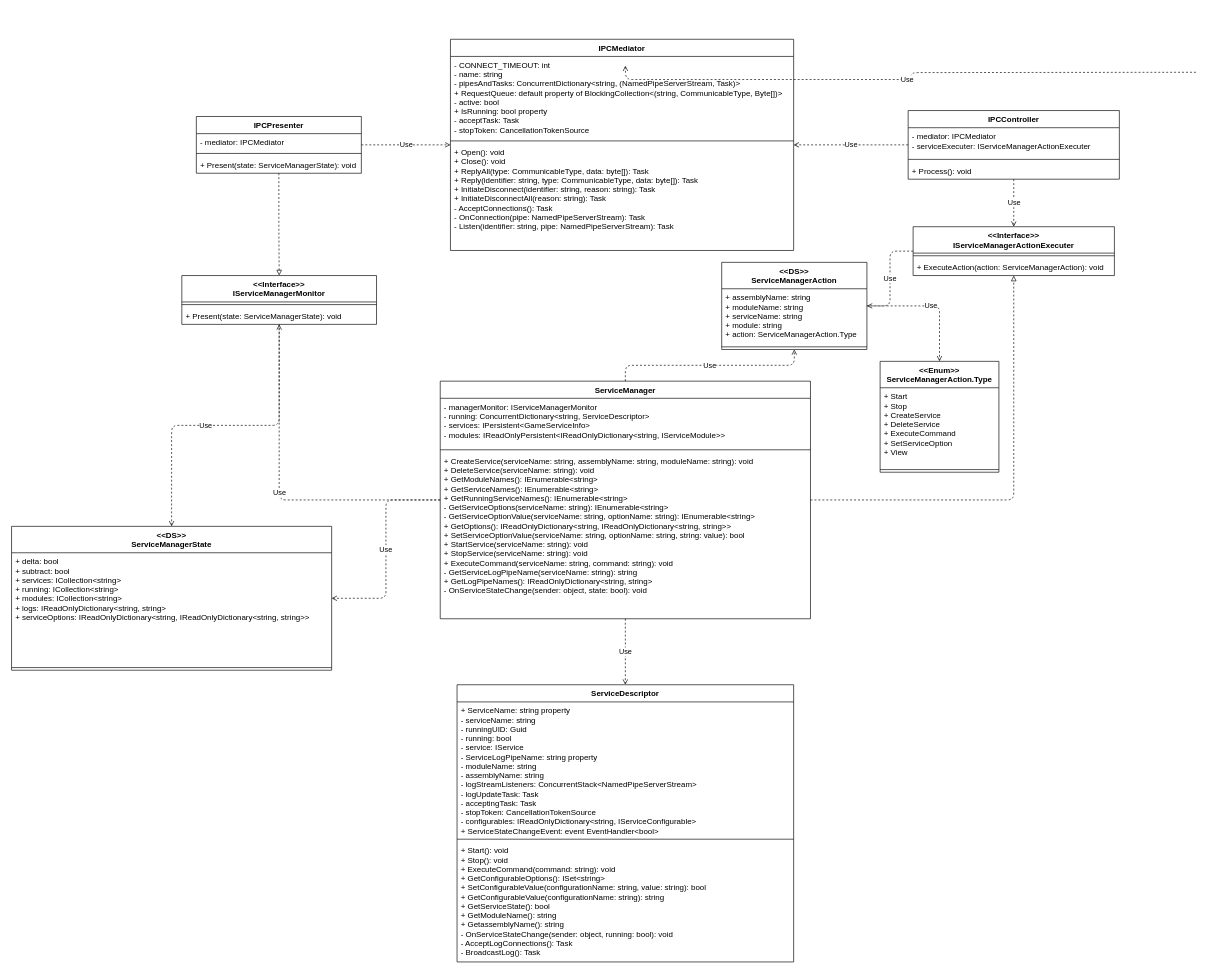
RealYHD/gameservicewarden keeps this draw.io diagram as page "Structure" (1 of 2) of src/GameServiceWarden.Core/UMLSketch.drawio. Above is the earlier version. Source tidied: cells renumbered, new cells numbered last; positions are measured from the earlier drawing's top-left corner, leaving out a move shared by most shapes. Both pictures are drawn from the tidied source at 66%, with x=0, y=0 at pixel (11, 10).
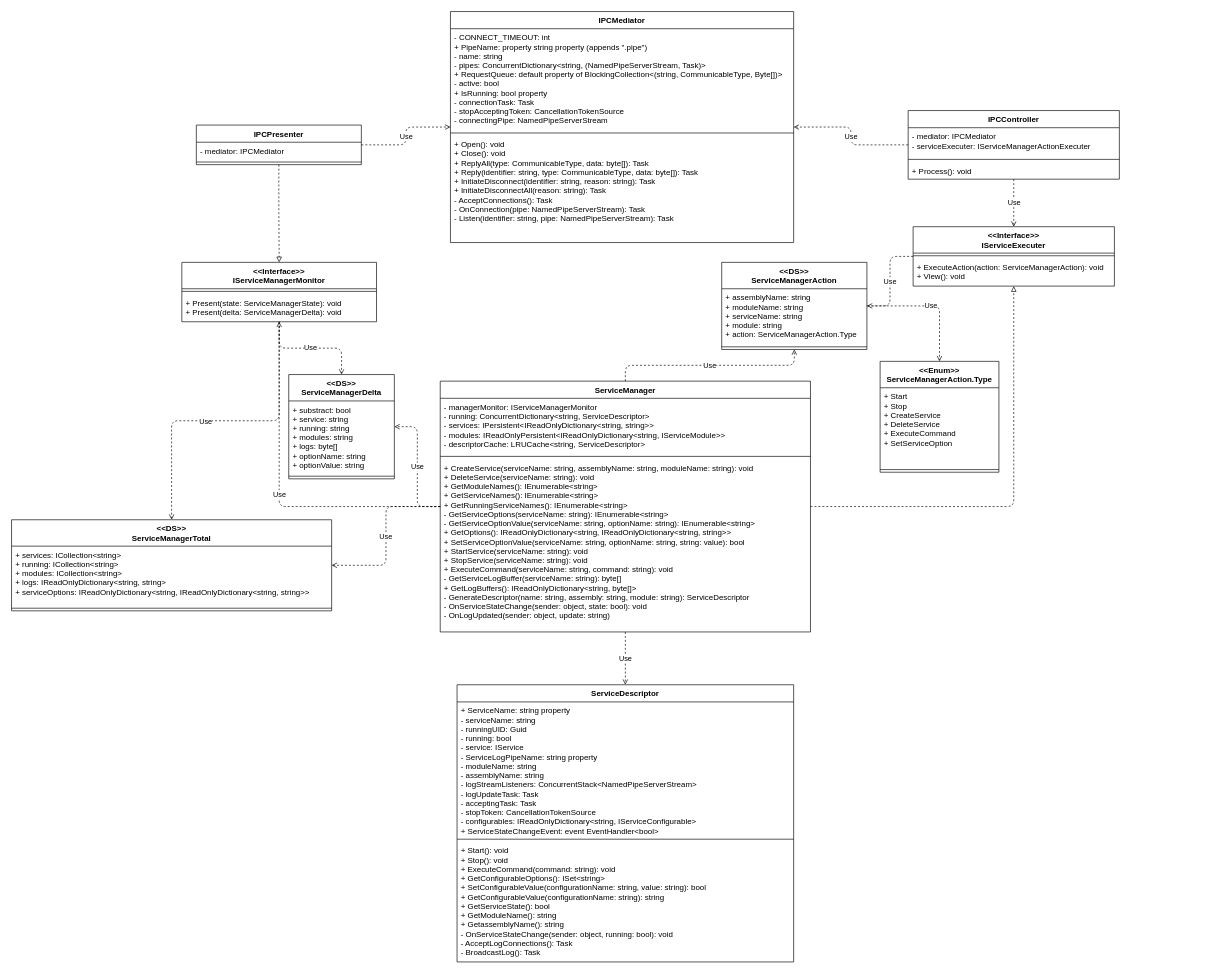
Above is the later version.

The change refers to these unchanged cells:
```xml
<mxCell id="34" value="&lt;&lt;Enum&gt;&gt;&#10;ServiceManagerAction.Type" style="swimlane;fontStyle=1;align=center;verticalAlign=top;horizontal=1;startSize=40;" parent="1" vertex="1">
  <mxGeometry x="1316" y="532" width="180" height="168" as="geometry" />
</mxCell>
```

What changed in the source:
```diff
@@
+    <mxCell id="56" value="Use" style="edgeStyle=orthogonalEdgeStyle;jettySize=auto;html=1;dashed=1;endArrow=open;endFill=0;" parent="1" edge="1" source="11" target="58">
+      <mxGeometry relative="1" as="geometry" />
+    </mxCell>
     <mxCell id="11" value="ServiceManager" style="swimlane;fontStyle=1;align=center;verticalAlign=top;horizontal=1;startSize=26;" parent="1" vertex="1">
-      <mxGeometry x="649.5" y="562" width="561" height="360" as="geometry" />
+      <mxGeometry x="649.5" y="562" width="561" height="380" as="geometry" />
     </mxCell>
-    <mxCell id="12" value="- managerMonitor: IServiceManagerMonitor&#10;- running: ConcurrentDictionary&lt;string, ServiceDescriptor&gt;&#10;- services: IPersistent&lt;GameServiceInfo&gt;&#10;- modules: IReadOnlyPersistent&lt;IReadOnlyDictionary&lt;string, IServiceModule&gt;&gt;" style="text;strokeColor=none;fillColor=none;align=left;verticalAlign=top;spacingLeft=4;spacingRight=4;overflow=hidden;" parent="11" vertex="1">
-      <mxGeometry y="26" width="561" height="74" as="geometry" />
+    <mxCell id="12" value="- managerMonitor: IServiceManagerMonitor&#10;- running: ConcurrentDictionary&lt;string, ServiceDescriptor&gt;&#10;- services: IPersistent&lt;IReadOnlyDictionary&lt;string, string&gt;&gt;&#10;- modules: IReadOnlyPersistent&lt;IReadOnlyDictionary&lt;string, IServiceModule&gt;&gt;&#10;- descriptorCache: LRUCache&lt;string, ServiceDescriptor&gt;" style="text;strokeColor=none;fillColor=none;align=left;verticalAlign=top;spacingLeft=4;spacingRight=4;overflow=hidden;" parent="11" vertex="1">
+      <mxGeometry y="26" width="561" height="84" as="geometry" />
     </mxCell>
     <mxCell id="13" style="line;strokeWidth=1;fillColor=none;align=left;verticalAlign=middle;spacingTop=-1;spacingLeft=3;spacingRight=3;labelPosition=right;" parent="11" vertex="1">
-      <mxGeometry y="100" width="561" height="8" as="geometry" />
+      <mxGeometry y="110" width="561" height="8" as="geometry" />
     </mxCell>
-    <mxCell id="14" value="+ CreateService(serviceName: string, assemblyName: string, moduleName: string): void&#10;+ DeleteService(serviceName: string): void&#10;+ GetModuleNames(): IEnumerable&lt;string&gt;&#10;+ GetServiceNames(): IEnumerable&lt;string&gt;&#10;+ GetRunningServiceNames(): IEnumerable&lt;string&gt;&#10;- GetServiceOptions(serviceName: string): IEnumerable&lt;string&gt;&#10;- GetServiceOptionValue(serviceName: string, optionName: string): IEnumerable&lt;string&gt;&#10;+ GetOptions(): IReadOnlyDictionary&lt;string, IReadOnlyDictionary&lt;string, string&gt;&gt;&#10;+ SetServiceOptionValue(serviceName: string, optionName: string, string: value): bool&#10;+ StartService(serviceName: string): void&#10;+ StopService(serviceName: string): void&#10;+ ExecuteCommand(serviceName: string, command: string): void&#10;- GetServiceLogPipeName(serviceName: string): string&#10;+ GetLogPipeNames(): IReadOnlyDictionary&lt;string, string&gt;&#10;- OnServiceStateChange(sender: object, state: bool): void" style="text;strokeColor=none;fillColor=none;align=left;verticalAlign=top;spacingLeft=4;spacingRight=4;overflow=hidden;" parent="11" vertex="1">
-      <mxGeometry y="108" width="561" height="252" as="geometry" />
+    <mxCell id="14" value="+ CreateService(serviceName: string, assemblyName: string, moduleName: string): void&#10;+ DeleteService(serviceName: string): void&#10;+ GetModuleNames(): IEnumerable&lt;string&gt;&#10;+ GetServiceNames(): IEnumerable&lt;string&gt;&#10;+ GetRunningServiceNames(): IEnumerable&lt;string&gt;&#10;- GetServiceOptions(serviceName: string): IEnumerable&lt;string&gt;&#10;- GetServiceOptionValue(serviceName: string, optionName: string): IEnumerable&lt;string&gt;&#10;+ GetOptions(): IReadOnlyDictionary&lt;string, IReadOnlyDictionary&lt;string, string&gt;&gt;&#10;+ SetServiceOptionValue(serviceName: string, optionName: string, string: value): bool&#10;+ StartService(serviceName: string): void&#10;+ StopService(serviceName: string): void&#10;+ ExecuteCommand(serviceName: string, command: string): void&#10;- GetServiceLogBuffer(serviceName: string): byte[]&#10;+ GetLogBuffers(): IReadOnlyDictionary&lt;string, byte[]&gt;&#10;- GenerateDescriptor(name: string, assembly: string, module: string): ServiceDescriptor&#10;- OnServiceStateChange(sender: object, state: bool): void&#10;- OnLogUpdated(sender: object, update: string)" style="text;strokeColor=none;fillColor=none;align=left;verticalAlign=top;spacingLeft=4;spacingRight=4;overflow=hidden;" parent="11" vertex="1">
+      <mxGeometry y="118" width="561" height="262" as="geometry" />
     </mxCell>
@@
-    <mxCell id="16" value="Use" style="edgeStyle=orthogonalEdgeStyle;orthogonalLoop=1;jettySize=auto;html=1;exitX=0.5;exitY=0;exitDx=0;exitDy=0;dashed=1;endArrow=open;endFill=0;" parent="1" edge="1">
-      <mxGeometry relative="1" as="geometry">
-        <mxPoint x="1794.5" y="94" as="sourcePoint" />
-        <mxPoint x="930" y="84" as="targetPoint" />
-      </mxGeometry>
-    </mxCell>
@@
-    <mxCell id="19" value="&lt;&lt;Interface&gt;&gt;&#10;IServiceManagerActionExecuter" style="swimlane;fontStyle=1;align=center;verticalAlign=top;horizontal=1;startSize=40;" parent="1" vertex="1">
-      <mxGeometry x="1366" y="328" width="305" height="74" as="geometry" />
+    <mxCell id="19" value="&lt;&lt;Interface&gt;&gt;&#10;IServiceExecuter" style="swimlane;fontStyle=1;align=center;verticalAlign=top;horizontal=1;startSize=40;" parent="1" vertex="1">
+      <mxGeometry x="1366" y="328" width="305" height="90" as="geometry" />
     </mxCell>
@@
-    <mxCell id="21" value="+ ExecuteAction(action: ServiceManagerAction): void" style="text;strokeColor=none;fillColor=none;align=left;verticalAlign=top;spacingLeft=4;spacingRight=4;overflow=hidden;" parent="19" vertex="1">
-      <mxGeometry y="48" width="305" height="26" as="geometry" />
+    <mxCell id="21" value="+ ExecuteAction(action: ServiceManagerAction): void&#10;+ View(): void" style="text;strokeColor=none;fillColor=none;align=left;verticalAlign=top;spacingLeft=4;spacingRight=4;overflow=hidden;" parent="19" vertex="1">
+      <mxGeometry y="48" width="305" height="42" as="geometry" />
     </mxCell>
@@
+    <mxCell id="57" value="Use" style="edgeStyle=orthogonalEdgeStyle;jettySize=auto;html=1;dashed=1;endArrow=open;endFill=0;" parent="1" edge="1" source="28" target="58">
+      <mxGeometry relative="1" as="geometry" />
+    </mxCell>
     <mxCell id="28" value="&lt;&lt;Interface&gt;&gt;&#10;IServiceManagerMonitor" style="swimlane;fontStyle=1;align=center;verticalAlign=top;horizontal=1;startSize=40;" parent="1" vertex="1">
-      <mxGeometry x="258" y="402" width="295" height="74" as="geometry" />
+      <mxGeometry x="258" y="382" width="295" height="90" as="geometry" />
     </mxCell>
@@
-    <mxCell id="30" value="+ Present(state: ServiceManagerState): void" style="text;strokeColor=none;fillColor=none;align=left;verticalAlign=top;spacingLeft=4;spacingRight=4;overflow=hidden;" parent="28" vertex="1">
-      <mxGeometry y="48" width="295" height="26" as="geometry" />
+    <mxCell id="30" value="+ Present(state: ServiceManagerState): void&#10;+ Present(delta: ServiceManagerDelta): void" style="text;strokeColor=none;fillColor=none;align=left;verticalAlign=top;spacingLeft=4;spacingRight=4;overflow=hidden;" parent="28" vertex="1">
+      <mxGeometry y="48" width="295" height="42" as="geometry" />
     </mxCell>
-    <mxCell id="31" value="&lt;&lt;DS&gt;&gt;&#10;ServiceManagerState" style="swimlane;fontStyle=1;align=center;verticalAlign=top;horizontal=1;startSize=40;" parent="1" vertex="1">
-      <mxGeometry y="782" width="485" height="218" as="geometry" />
+    <mxCell id="31" value="&lt;&lt;DS&gt;&gt;&#10;ServiceManagerTotal" style="swimlane;fontStyle=1;align=center;verticalAlign=top;horizontal=1;startSize=40;" parent="1" vertex="1">
+      <mxGeometry y="772" width="485" height="138" as="geometry" />
     </mxCell>
-    <mxCell id="32" value="+ delta: bool&#10;+ subtract: bool&#10;+ services: ICollection&lt;string&gt;&#10;+ running: ICollection&lt;string&gt;&#10;+ modules: ICollection&lt;string&gt;&#10;+ logs: IReadOnlyDictionary&lt;string, string&gt;&#10;+ serviceOptions: IReadOnlyDictionary&lt;string, IReadOnlyDictionary&lt;string, string&gt;&gt;" style="text;strokeColor=none;fillColor=none;align=left;verticalAlign=top;spacingLeft=4;spacingRight=4;overflow=hidden;" parent="31" vertex="1">
-      <mxGeometry y="40" width="485" height="170" as="geometry" />
+    <mxCell id="32" value="+ services: ICollection&lt;string&gt;&#10;+ running: ICollection&lt;string&gt;&#10;+ modules: ICollection&lt;string&gt;&#10;+ logs: IReadOnlyDictionary&lt;string, string&gt;&#10;+ serviceOptions: IReadOnlyDictionary&lt;string, IReadOnlyDictionary&lt;string, string&gt;&gt;" style="text;strokeColor=none;fillColor=none;align=left;verticalAlign=top;spacingLeft=4;spacingRight=4;overflow=hidden;" parent="31" vertex="1">
+      <mxGeometry y="40" width="485" height="90" as="geometry" />
     </mxCell>
     <mxCell id="33" style="line;strokeWidth=1;fillColor=none;align=left;verticalAlign=middle;spacingTop=-1;spacingLeft=3;spacingRight=3;labelPosition=right;" parent="31" vertex="1">
-      <mxGeometry y="210" width="485" height="8" as="geometry" />
+      <mxGeometry y="130" width="485" height="8" as="geometry" />
     </mxCell>
@@
-    <mxCell id="35" value="+ Start&#10;+ Stop&#10;+ CreateService&#10;+ DeleteService&#10;+ ExecuteCommand&#10;+ SetServiceOption&#10;+ View" style="text;strokeColor=none;fillColor=none;align=left;verticalAlign=top;spacingLeft=4;spacingRight=4;overflow=hidden;" parent="34" vertex="1">
+    <mxCell id="35" value="+ Start&#10;+ Stop&#10;+ CreateService&#10;+ DeleteService&#10;+ ExecuteCommand&#10;+ SetServiceOption" style="text;strokeColor=none;fillColor=none;align=left;verticalAlign=top;spacingLeft=4;spacingRight=4;overflow=hidden;" parent="34" vertex="1">
       <mxGeometry y="40" width="180" height="120" as="geometry" />
     </mxCell>
@@
     <mxCell id="37" value="IPCMediator" style="swimlane;fontStyle=1;align=center;verticalAlign=top;horizontal=1;startSize=26;" parent="1" vertex="1">
-      <mxGeometry x="665" y="44" width="520" height="320" as="geometry" />
+      <mxGeometry x="665" y="2" width="520" height="350" as="geometry" />
     </mxCell>
-    <mxCell id="38" value="- CONNECT_TIMEOUT: int&#10;- name: string&#10;- pipesAndTasks: ConcurrentDictionary&lt;string, (NamedPipeServerStream, Task)&gt;&#10;+ RequestQueue: default property of BlockingCollection&lt;(string, CommunicableType, Byte[])&gt;&#10;- active: bool&#10;+ IsRunning: bool property&#10;- acceptTask: Task&#10;- stopToken: CancellationTokenSource" style="text;strokeColor=none;fillColor=none;align=left;verticalAlign=top;spacingLeft=4;spacingRight=4;overflow=hidden;" parent="37" vertex="1">
-      <mxGeometry y="26" width="520" height="124" as="geometry" />
+    <mxCell id="38" value="- CONNECT_TIMEOUT: int&#10;+ PipeName: property string property (appends &quot;.pipe&quot;)&#10;- name: string&#10;- pipes: ConcurrentDictionary&lt;string, (NamedPipeServerStream, Task)&gt;&#10;+ RequestQueue: default property of BlockingCollection&lt;(string, CommunicableType, Byte[])&gt;&#10;- active: bool&#10;+ IsRunning: bool property&#10;- connectionTask: Task&#10;- stopAcceptingToken: CancellationTokenSource&#10;- connectingPipe: NamedPipeServerStream" style="text;strokeColor=none;fillColor=none;align=left;verticalAlign=top;spacingLeft=4;spacingRight=4;overflow=hidden;" parent="37" vertex="1">
+      <mxGeometry y="26" width="520" height="154" as="geometry" />
     </mxCell>
     <mxCell id="39" style="line;strokeWidth=1;fillColor=none;align=left;verticalAlign=middle;spacingTop=-1;spacingLeft=3;spacingRight=3;labelPosition=right;" parent="37" vertex="1">
-      <mxGeometry y="150" width="520" height="8" as="geometry" />
+      <mxGeometry y="180" width="520" height="8" as="geometry" />
     </mxCell>
     <mxCell id="40" value="+ Open(): void&#10;+ Close(): void&#10;+ ReplyAll(type: CommunicableType, data: byte[]): Task&#10;+ Reply(identifier: string, type: CommunicableType, data: byte[]): Task&#10;+ InitiateDisconnect(identifier: string, reason: string): Task&#10;+ InitiateDisconnectAll(reason: string): Task&#10;- AcceptConnections(): Task&#10;- OnConnection(pipe: NamedPipeServerStream): Task&#10;- Listen(identifier: string, pipe: NamedPipeServerStream): Task" style="text;strokeColor=none;fillColor=none;align=left;verticalAlign=top;spacingLeft=4;spacingRight=4;overflow=hidden;" parent="37" vertex="1">
-      <mxGeometry y="158" width="520" height="162" as="geometry" />
+      <mxGeometry y="188" width="520" height="162" as="geometry" />
     </mxCell>
@@
     <mxCell id="48" value="IPCPresenter" style="swimlane;fontStyle=1;align=center;verticalAlign=top;horizontal=1;startSize=26;" parent="1" vertex="1">
-      <mxGeometry x="280" y="161" width="250" height="86" as="geometry" />
+      <mxGeometry x="280" y="174" width="250" height="60" as="geometry" />
     </mxCell>
@@
-    <mxCell id="51" value="+ Present(state: ServiceManagerState): void" style="text;strokeColor=none;fillColor=none;align=left;verticalAlign=top;spacingLeft=4;spacingRight=4;overflow=hidden;" parent="48" vertex="1">
-      <mxGeometry y="60" width="250" height="26" as="geometry" />
-    </mxCell>
@@
+    <mxCell id="58" value="&lt;&lt;DS&gt;&gt;&#10;ServiceManagerDelta" style="swimlane;fontStyle=1;align=center;verticalAlign=top;horizontal=1;startSize=40;" parent="1" vertex="1">
+      <mxGeometry x="420" y="552" width="160" height="158" as="geometry" />
+    </mxCell>
+    <mxCell id="59" value="+ substract: bool&#10;+ service: string&#10;+ running: string&#10;+ modules: string&#10;+ logs: byte[]&#10;+ optionName: string&#10;+ optionValue: string" style="text;strokeColor=none;fillColor=none;align=left;verticalAlign=top;spacingLeft=4;spacingRight=4;overflow=hidden;" parent="58" vertex="1">
+      <mxGeometry y="40" width="160" height="110" as="geometry" />
+    </mxCell>
+    <mxCell id="60" style="line;strokeWidth=1;fillColor=none;align=left;verticalAlign=middle;spacingTop=-1;spacingLeft=3;spacingRight=3;labelPosition=right;" parent="58" vertex="1">
+      <mxGeometry y="150" width="160" height="8" as="geometry" />
+    </mxCell>
```
